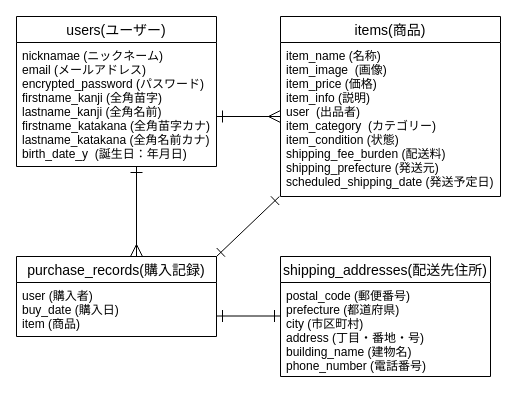
Earlier version of the draw.io diagram ER.dio (Saiki-san/furima-31631). Source tidied: cells renumbered, new cells numbered last; positions are measured from the earlier drawing's top-left corner, leaving out a move shared by most shapes. Both pictures are drawn from the tidied source at 100%, with x=0, y=0 at pixel (16, 16).
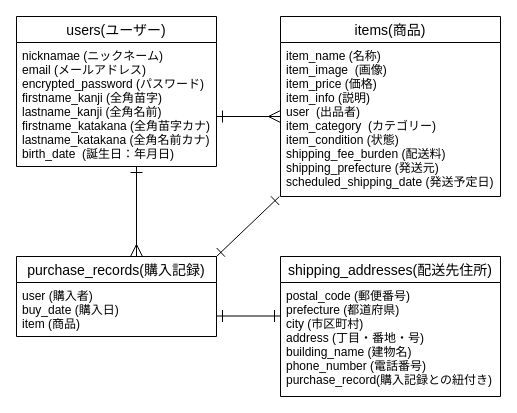
The same page after the edit.

Commit message (it also covers changes not shown here):
ER図・READMEの修正

What changed in the source:
```diff
@@
 <mxGraphModel>
   <root>
     <mxCell id="0" />
     <mxCell id="1" parent="0" />
     <mxCell id="2" value="users(ユーザー)" style="swimlane;fontStyle=0;horizontal=1;startSize=26;align=center;fontSize=14;" parent="1" vertex="1">
       <mxGeometry width="200" height="150" as="geometry" />
     </mxCell>
     <mxCell id="3" value="purchase_records(購入記録)" style="swimlane;fontStyle=0;horizontal=1;startSize=26;align=center;fontSize=14;" parent="1" vertex="1">
       <mxGeometry y="240" width="200" height="80" as="geometry" />
     </mxCell>
     <mxCell id="4" value="user (購入者)&#10;buy_date (購入日)&#10;item (商品)" style="text;strokeColor=none;fillColor=none;spacingLeft=4;spacingRight=4;overflow=hidden;fontSize=12;" parent="3" vertex="1">
       <mxGeometry y="26" width="200" height="54" as="geometry" />
     </mxCell>
     <mxCell id="5" value="items(商品)" style="swimlane;fontStyle=0;horizontal=1;startSize=26;align=center;fontSize=14;" parent="1" vertex="1">
       <mxGeometry x="264" width="220" height="180" as="geometry" />
     </mxCell>
     <mxCell id="6" value="item_name (名称)&#10;item_image  (画像)&#10;item_price (価格)&#10;item_info (説明)&#10;user  (出品者)&#10;item_category  (カテゴリー)&#10;item_condition (状態)&#10;shipping_fee_burden (配送料)&#10;shipping_prefecture (発送元)&#10;scheduled_shipping_date (発送予定日)" style="text;strokeColor=none;fillColor=none;spacingLeft=4;spacingRight=4;overflow=hidden;points=[[0,0.5],[1,0.5]];portConstraint=eastwest;fontSize=12;" parent="5" vertex="1">
       <mxGeometry y="26" width="220" height="154" as="geometry" />
     </mxCell>
     <mxCell id="7" value="shipping_addresses(配送先住所)" style="swimlane;fontStyle=0;horizontal=1;startSize=26;align=center;fontSize=14;" parent="1" vertex="1">
-      <mxGeometry x="264" y="240" width="210" height="120" as="geometry" />
+      <mxGeometry x="264" y="240" width="220" height="140" as="geometry" />
     </mxCell>
-    <mxCell id="8" value="postal_code (郵便番号)&#10;prefecture (都道府県)&#10;city (市区町村)&#10;address (丁目・番地・号)&#10;building_name (建物名)&#10;phone_number (電話番号)" style="text;strokeColor=none;fillColor=none;spacingLeft=4;spacingRight=4;overflow=hidden;fontSize=12;" parent="7" vertex="1">
-      <mxGeometry y="26" width="210" height="94" as="geometry" />
+    <mxCell id="8" value="postal_code (郵便番号)&#10;prefecture (都道府県)&#10;city (市区町村)&#10;address (丁目・番地・号)&#10;building_name (建物名)&#10;phone_number (電話番号)&#10;purchase_record(購入記録との紐付き)" style="text;strokeColor=none;fillColor=none;spacingLeft=4;spacingRight=4;overflow=hidden;fontSize=12;" parent="7" vertex="1">
+      <mxGeometry y="26" width="220" height="114" as="geometry" />
     </mxCell>
     <mxCell id="9" style="edgeStyle=none;rounded=0;orthogonalLoop=1;jettySize=auto;html=1;exitX=1;exitY=0.5;exitDx=0;exitDy=0;entryX=0;entryY=0.5;entryDx=0;entryDy=0;startArrow=ERone;startFill=0;endArrow=ERmany;endFill=0;strokeWidth=1;endSize=10;startSize=10;targetPerimeterSpacing=6;sourcePerimeterSpacing=6;" parent="1" edge="1">
       <mxGeometry relative="1" as="geometry">
         <mxPoint x="200" y="100" as="sourcePoint" />
         <mxPoint x="264" y="100" as="targetPoint" />
       </mxGeometry>
     </mxCell>
-    <mxCell id="10" value="nicknamae (ニックネーム)&#10;email (メールアドレス)&#10;encrypted_password (パスワード)&#10;firstname_kanji (全角苗字)&#10;lastname_kanji (全角名前)&#10;firstname_katakana (全角苗字カナ)&#10;lastname_katakana (全角名前カナ)&#10;birth_date_y  (誕生日：年月日)" style="text;strokeColor=none;fillColor=none;spacingLeft=4;spacingRight=4;overflow=hidden;fontSize=12;" parent="1" vertex="1">
+    <mxCell id="10" value="nicknamae (ニックネーム)&#10;email (メールアドレス)&#10;encrypted_password (パスワード)&#10;firstname_kanji (全角苗字)&#10;lastname_kanji (全角名前)&#10;firstname_katakana (全角苗字カナ)&#10;lastname_katakana (全角名前カナ)&#10;birth_date  (誕生日：年月日)" style="text;strokeColor=none;fillColor=none;spacingLeft=4;spacingRight=4;overflow=hidden;fontSize=12;" parent="1" vertex="1">
       <mxGeometry y="26" width="200" height="124" as="geometry" />
     </mxCell>
     <mxCell id="11" style="edgeStyle=none;rounded=0;orthogonalLoop=1;jettySize=auto;html=1;startArrow=ERone;startFill=0;endArrow=ERmany;endFill=0;strokeWidth=1;endSize=10;startSize=10;targetPerimeterSpacing=6;sourcePerimeterSpacing=6;" parent="1" edge="1">
       <mxGeometry relative="1" as="geometry">
         <mxPoint x="120" y="150" as="sourcePoint" />
         <mxPoint x="120" y="240" as="targetPoint" />
       </mxGeometry>
     </mxCell>
     <mxCell id="12" style="edgeStyle=none;rounded=0;orthogonalLoop=1;jettySize=auto;html=1;exitX=1;exitY=0.5;exitDx=0;exitDy=0;entryX=0;entryY=0.5;entryDx=0;entryDy=0;startArrow=ERone;startFill=0;endArrow=ERone;endFill=0;strokeWidth=1;endSize=10;startSize=10;targetPerimeterSpacing=6;sourcePerimeterSpacing=6;" parent="1" edge="1">
       <mxGeometry relative="1" as="geometry">
         <mxPoint x="200" y="299.5" as="sourcePoint" />
         <mxPoint x="264" y="299.5" as="targetPoint" />
       </mxGeometry>
     </mxCell>
     <mxCell id="13" style="edgeStyle=none;rounded=0;jettySize=auto;html=1;exitX=-0.005;exitY=1;exitDx=0;exitDy=0;startArrow=ERone;startFill=0;endArrow=ERone;endFill=0;strokeWidth=1;endSize=10;startSize=10;targetPerimeterSpacing=6;sourcePerimeterSpacing=6;entryX=1;entryY=0;entryDx=0;entryDy=0;exitPerimeter=0;" parent="1" edge="1" source="6" target="3">
       <mxGeometry relative="1" as="geometry" />
     </mxCell>
   </root>
 </mxGraphModel>
```
